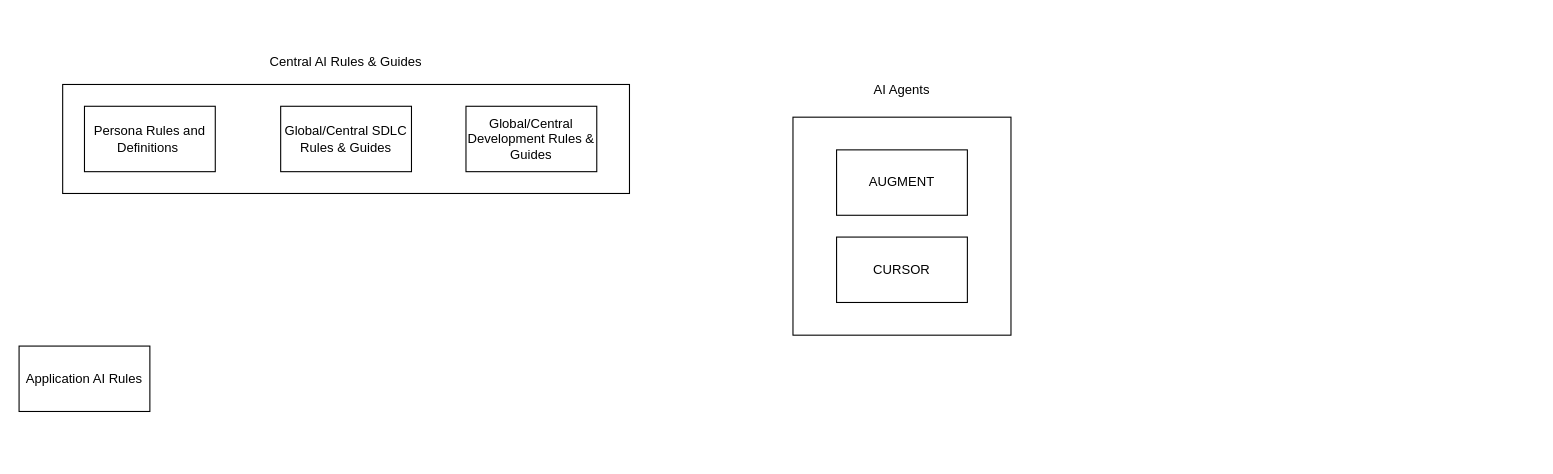
The draw.io diagram TEKION-AI-WORKING-MODEL.drawio in ssharifdev/draw.io, before the edit. Source tidied: cells renumbered, new cells numbered last; positions are measured from the earlier drawing's top-left corner, leaving out a move shared by most shapes. Both pictures are drawn from the tidied source at 109%, with x=0, y=0 at pixel (19, 40).
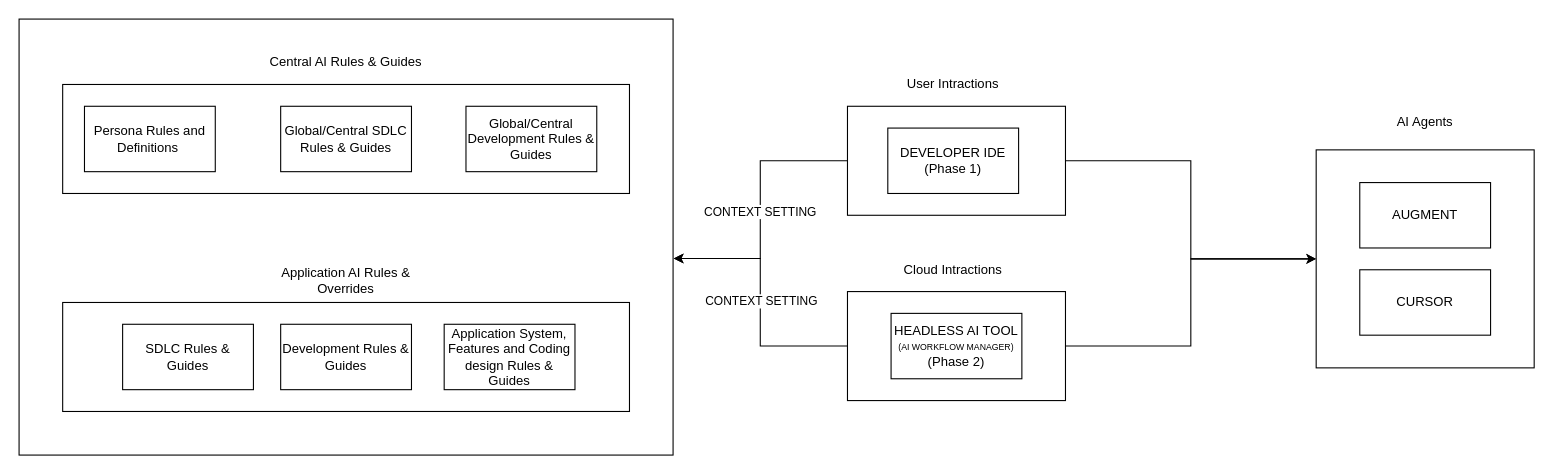
The same diagram, later.

Diff of the diagram source:
```diff
@@
+    <mxCell id="12" style="edgeStyle=orthogonalEdgeStyle;rounded=0;jettySize=auto;html=1;entryX=0;entryY=0.5;entryDx=0;entryDy=0;" parent="1" edge="1" source="13" target="3">
+      <mxGeometry relative="1" as="geometry" />
+    </mxCell>
+    <mxCell id="13" style="rounded=0;whiteSpace=wrap;html=1;" parent="1" vertex="1">
+      <mxGeometry x="760" y="230" width="200" height="100" as="geometry" />
+    </mxCell>
+    <mxCell id="14" style="edgeStyle=orthogonalEdgeStyle;rounded=0;jettySize=auto;html=1;entryX=0;entryY=0.5;entryDx=0;entryDy=0;" parent="1" edge="1" source="15" target="3">
+      <mxGeometry relative="1" as="geometry" />
+    </mxCell>
+    <mxCell id="15" style="rounded=0;whiteSpace=wrap;html=1;" parent="1" vertex="1">
+      <mxGeometry x="760" y="60" width="200" height="100" as="geometry" />
+    </mxCell>
+    <mxCell id="16" style="rounded=0;whiteSpace=wrap;html=1;" parent="1" vertex="1">
+      <mxGeometry y="-20" width="600" height="400" as="geometry" />
+    </mxCell>
@@
     <mxCell id="3" style="rounded=0;whiteSpace=wrap;html=1;" parent="1" vertex="1">
-      <mxGeometry x="710" y="70" width="200" height="200" as="geometry" />
+      <mxGeometry x="1190" y="100" width="200" height="200" as="geometry" />
     </mxCell>
     <mxCell id="4" value="AUGMENT" style="rounded=0;whiteSpace=wrap;html=1;" parent="1" vertex="1">
-      <mxGeometry x="750" y="100" width="120" height="60" as="geometry" />
+      <mxGeometry x="1230" y="130" width="120" height="60" as="geometry" />
     </mxCell>
     <mxCell id="5" value="CURSOR" style="rounded=0;whiteSpace=wrap;html=1;" parent="1" vertex="1">
-      <mxGeometry x="750" y="180" width="120" height="60" as="geometry" />
+      <mxGeometry x="1230" y="210" width="120" height="60" as="geometry" />
     </mxCell>
@@
-    <mxCell id="7" value="Application AI Rules" style="rounded=0;whiteSpace=wrap;html=1;" parent="1" vertex="1">
-      <mxGeometry y="280" width="120" height="60" as="geometry" />
-    </mxCell>
     <mxCell id="8" value="AI Agents" style="text;html=1;align=center;verticalAlign=middle;whiteSpace=wrap;rounded=0;" parent="1" vertex="1">
-      <mxGeometry x="780" y="30" width="60" height="30" as="geometry" />
+      <mxGeometry x="1260" y="60" width="60" height="30" as="geometry" />
     </mxCell>
@@
+    <mxCell id="17" style="rounded=0;whiteSpace=wrap;html=1;" parent="1" vertex="1">
+      <mxGeometry x="40" y="240" width="520" height="100" as="geometry" />
+    </mxCell>
+    <mxCell id="18" value="SDLC Rules &amp;amp; Guides" style="rounded=0;whiteSpace=wrap;html=1;" parent="1" vertex="1">
+      <mxGeometry x="95" y="260" width="120" height="60" as="geometry" />
+    </mxCell>
+    <mxCell id="19" value="Development Rules &amp;amp; Guides" style="rounded=0;whiteSpace=wrap;html=1;" parent="1" vertex="1">
+      <mxGeometry x="240" y="260" width="120" height="60" as="geometry" />
+    </mxCell>
+    <mxCell id="20" value="Application AI Rules &amp;amp; Overrides" style="text;whiteSpace=wrap;html=1;align=center;verticalAlign=middle;" parent="1" vertex="1">
+      <mxGeometry x="230" y="200" width="140" height="40" as="geometry" />
+    </mxCell>
+    <mxCell id="21" value="Application System, Features and Coding design Rules &amp;amp; Guides" style="rounded=0;whiteSpace=wrap;html=1;" parent="1" vertex="1">
+      <mxGeometry x="390" y="260" width="120" height="60" as="geometry" />
+    </mxCell>
+    <mxCell id="22" value="DEVELOPER IDE&lt;br&gt;(Phase 1)" style="rounded=0;whiteSpace=wrap;html=1;" parent="1" vertex="1">
+      <mxGeometry x="797" y="80" width="120" height="60" as="geometry" />
+    </mxCell>
+    <mxCell id="23" value="HEADLESS AI TOOL&lt;br&gt;&lt;font style=&quot;&quot;&gt;&lt;span style=&quot;font-size: 8px;&quot;&gt;(AI WORKFLOW MANAGER)&lt;/span&gt;&lt;br&gt;&lt;font&gt;(Phase 2)&lt;/font&gt;&lt;/font&gt;" style="rounded=0;whiteSpace=wrap;html=1;" parent="1" vertex="1">
+      <mxGeometry x="800" y="250" width="120" height="60" as="geometry" />
+    </mxCell>
+    <mxCell id="24" value="User Intractions" style="text;whiteSpace=wrap;html=1;align=center;verticalAlign=middle;" parent="1" vertex="1">
+      <mxGeometry x="772" y="20" width="170" height="40" as="geometry" />
+    </mxCell>
+    <mxCell id="25" style="edgeStyle=orthogonalEdgeStyle;rounded=0;jettySize=auto;html=1;entryX=1.001;entryY=0.549;entryDx=0;entryDy=0;entryPerimeter=0;" parent="1" edge="1" source="15" target="16">
+      <mxGeometry relative="1" as="geometry" />
+    </mxCell>
+    <mxCell id="26" value="CONTEXT SETTING" style="edgeLabel;html=1;align=center;verticalAlign=middle;" parent="25" vertex="1">
+      <mxGeometry x="0.01" y="-1" relative="1" as="geometry" />
+    </mxCell>
+    <mxCell id="27" value="Cloud Intractions" style="text;whiteSpace=wrap;html=1;align=center;verticalAlign=middle;" parent="1" vertex="1">
+      <mxGeometry x="772" y="190" width="170" height="40" as="geometry" />
+    </mxCell>
+    <mxCell id="28" style="edgeStyle=orthogonalEdgeStyle;rounded=0;jettySize=auto;html=1;entryX=1.001;entryY=0.549;entryDx=0;entryDy=0;entryPerimeter=0;" parent="1" edge="1" source="13" target="16">
+      <mxGeometry relative="1" as="geometry" />
+    </mxCell>
+    <mxCell id="29" value="CONTEXT SETTING" style="edgeLabel;html=1;align=center;verticalAlign=middle;" parent="28" vertex="1">
+      <mxGeometry x="0.02" relative="1" as="geometry" />
+    </mxCell>
```
